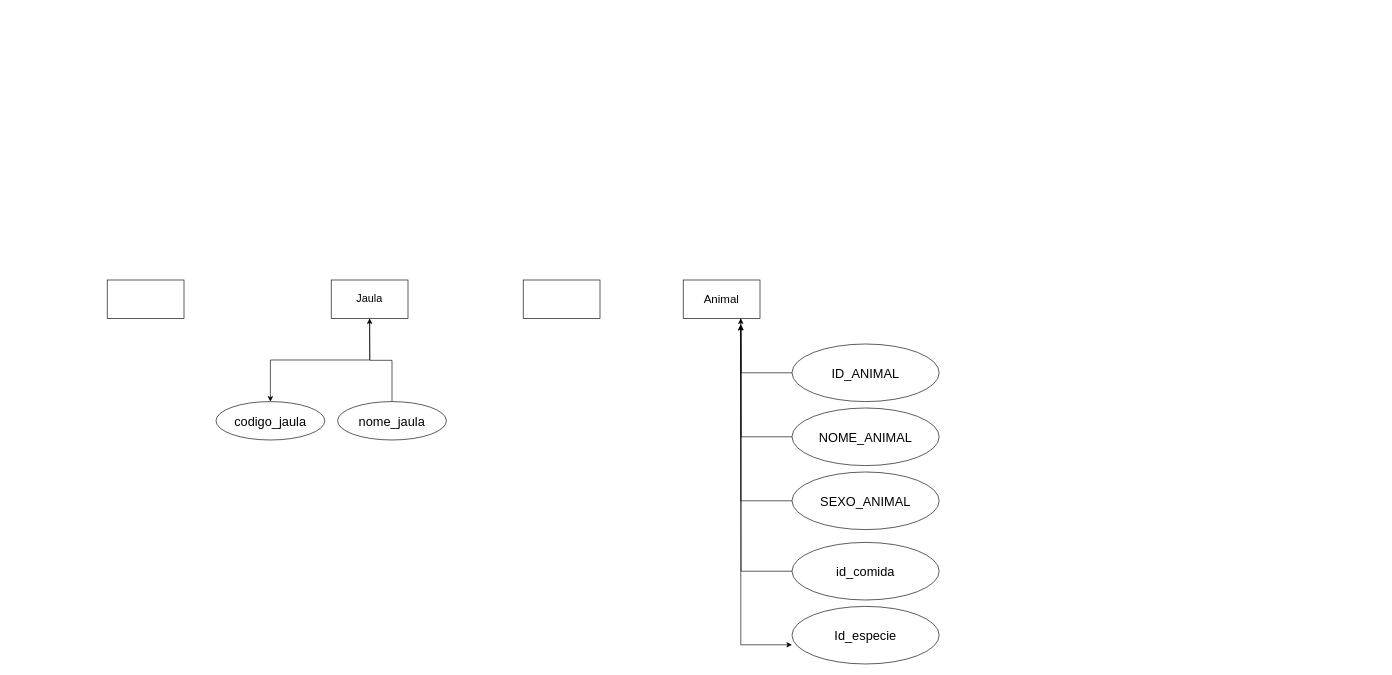
The draw.io diagram ENIAC-Portifolio.drawio in KaH3050/projeto-faculdade, before the edit. Source tidied: cells renumbered, new cells numbered last; positions are measured from the earlier drawing's top-left corner, leaving out a move shared by most shapes. Both pictures are drawn from the tidied source at 64%, with x=0, y=0 at pixel (107, 280).
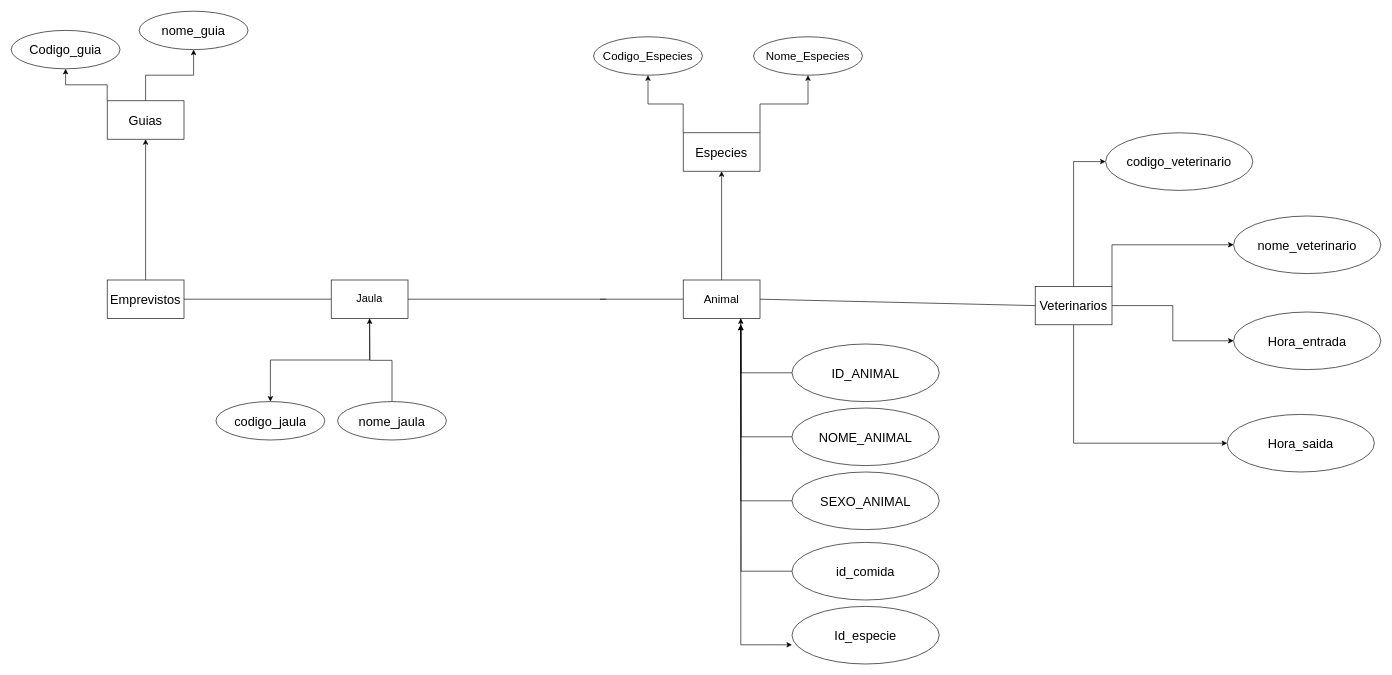
Above is the later version.

Unchanged cells that the change refers to:
```xml
<mxCell id="4" value="&lt;span style=&quot;font-size: 17px;&quot;&gt;Jaula&lt;/span&gt;" style="whiteSpace=wrap;html=1;" parent="1" vertex="1">
  <mxGeometry x="350" width="120" height="60" as="geometry" />
</mxCell>
<mxCell id="6" value="&lt;span style=&quot;font-size: 18px;&quot;&gt;Animal&lt;/span&gt;" style="whiteSpace=wrap;html=1;" parent="1" vertex="1">
  <mxGeometry x="900" width="120" height="60" as="geometry" />
</mxCell>
```

What changed in the source:
```diff
@@
+    <mxCell id="20" style="edgeStyle=orthogonalEdgeStyle;rounded=0;jettySize=auto;html=1;exitX=0.5;exitY=0;exitDx=0;exitDy=0;entryX=0.5;entryY=1;entryDx=0;entryDy=0;" parent="1" edge="1" source="2" target="27">
+      <mxGeometry relative="1" as="geometry" />
+    </mxCell>
-    <mxCell id="2" style="whiteSpace=wrap;html=1;" parent="1" vertex="1">
+    <mxCell id="2" value="&lt;font style=&quot;font-size: 20px;&quot;&gt;Emprevistos&lt;/font&gt;" style="whiteSpace=wrap;html=1;" parent="1" vertex="1">
       <mxGeometry width="120" height="60" as="geometry" />
     </mxCell>
@@
-    <mxCell id="5" style="whiteSpace=wrap;html=1;" parent="1" vertex="1">
-      <mxGeometry x="650" width="120" height="60" as="geometry" />
-    </mxCell>
+    <mxCell id="21" style="edgeStyle=orthogonalEdgeStyle;rounded=0;jettySize=auto;html=1;exitX=0.5;exitY=0;exitDx=0;exitDy=0;entryX=0.5;entryY=1;entryDx=0;entryDy=0;" parent="1" edge="1" source="6" target="32">
+      <mxGeometry relative="1" as="geometry" />
+    </mxCell>
@@
+    <mxCell id="22" style="endArrow=none;html=1;rounded=0;exitX=1;exitY=0.5;exitDx=0;exitDy=0;" parent="1" edge="1" source="4">
+      <mxGeometry relative="1" as="geometry">
+        <mxPoint x="780" y="30" as="targetPoint" />
+      </mxGeometry>
+    </mxCell>
+    <mxCell id="23" style="endArrow=none;html=1;rounded=0;exitX=1;exitY=0.5;exitDx=0;exitDy=0;entryX=0;entryY=0.5;entryDx=0;entryDy=0;" parent="1" edge="1" source="2" target="4">
+      <mxGeometry relative="1" as="geometry" />
+    </mxCell>
+    <mxCell id="24" style="endArrow=none;html=1;rounded=0;exitX=1;exitY=0.5;exitDx=0;exitDy=0;entryX=0;entryY=0.5;entryDx=0;entryDy=0;" parent="1" edge="1" target="6">
+      <mxGeometry relative="1" as="geometry">
+        <mxPoint x="770" y="30" as="sourcePoint" />
+      </mxGeometry>
+    </mxCell>
+    <mxCell id="25" style="edgeStyle=orthogonalEdgeStyle;rounded=0;jettySize=auto;html=1;exitX=0.5;exitY=0;exitDx=0;exitDy=0;" parent="1" edge="1" source="27" target="29">
+      <mxGeometry relative="1" as="geometry" />
+    </mxCell>
+    <mxCell id="26" style="edgeStyle=orthogonalEdgeStyle;rounded=0;jettySize=auto;html=1;exitX=0;exitY=0;exitDx=0;exitDy=0;entryX=0.5;entryY=1;entryDx=0;entryDy=0;" parent="1" edge="1" source="27" target="28">
+      <mxGeometry relative="1" as="geometry" />
+    </mxCell>
+    <mxCell id="27" value="&lt;font style=&quot;font-size: 20px;&quot;&gt;Guias&lt;/font&gt;" style="whiteSpace=wrap;html=1;" parent="1" vertex="1">
+      <mxGeometry y="-280" width="120" height="60" as="geometry" />
+    </mxCell>
+    <mxCell id="28" value="&lt;span style=&quot;font-size: 20px;&quot;&gt;Codigo_guia&lt;/span&gt;" style="ellipse;whiteSpace=wrap;html=1;" parent="1" vertex="1">
+      <mxGeometry x="-150" y="-390" width="170" height="60" as="geometry" />
+    </mxCell>
+    <mxCell id="29" value="&lt;font style=&quot;font-size: 20px;&quot;&gt;nome_guia&lt;/font&gt;" style="ellipse;whiteSpace=wrap;html=1;" parent="1" vertex="1">
+      <mxGeometry x="50" y="-420" width="170" height="60" as="geometry" />
+    </mxCell>
+    <mxCell id="30" style="edgeStyle=orthogonalEdgeStyle;rounded=0;jettySize=auto;html=1;exitX=1;exitY=0;exitDx=0;exitDy=0;" parent="1" edge="1" source="32" target="34">
+      <mxGeometry relative="1" as="geometry" />
+    </mxCell>
+    <mxCell id="31" style="edgeStyle=orthogonalEdgeStyle;rounded=0;jettySize=auto;html=1;exitX=0;exitY=0;exitDx=0;exitDy=0;entryX=0.5;entryY=1;entryDx=0;entryDy=0;" parent="1" edge="1" source="32" target="33">
+      <mxGeometry relative="1" as="geometry" />
+    </mxCell>
+    <mxCell id="32" value="&lt;font style=&quot;font-size: 20px;&quot;&gt;Especies&lt;/font&gt;" style="whiteSpace=wrap;html=1;" parent="1" vertex="1">
+      <mxGeometry x="900" y="-230" width="120" height="60" as="geometry" />
+    </mxCell>
+    <mxCell id="33" value="&lt;font style=&quot;font-size: 18px;&quot;&gt;Codigo_Especies&lt;/font&gt;" style="ellipse;whiteSpace=wrap;html=1;" parent="1" vertex="1">
+      <mxGeometry x="760" y="-380" width="170" height="60" as="geometry" />
+    </mxCell>
+    <mxCell id="34" value="&lt;font style=&quot;font-size: 18px;&quot;&gt;Nome_Especies&lt;/font&gt;" style="ellipse;whiteSpace=wrap;html=1;" parent="1" vertex="1">
+      <mxGeometry x="1010" y="-380" width="170" height="60" as="geometry" />
+    </mxCell>
+    <mxCell id="35" style="edgeStyle=orthogonalEdgeStyle;rounded=0;jettySize=auto;html=1;exitX=0.5;exitY=1;exitDx=0;exitDy=0;entryX=0;entryY=0.5;entryDx=0;entryDy=0;" parent="1" edge="1" source="39" target="44">
+      <mxGeometry relative="1" as="geometry" />
+    </mxCell>
+    <mxCell id="36" style="edgeStyle=orthogonalEdgeStyle;rounded=0;jettySize=auto;html=1;exitX=1;exitY=0.5;exitDx=0;exitDy=0;entryX=0;entryY=0.5;entryDx=0;entryDy=0;" parent="1" edge="1" source="39" target="43">
+      <mxGeometry relative="1" as="geometry" />
+    </mxCell>
+    <mxCell id="37" style="edgeStyle=orthogonalEdgeStyle;rounded=0;jettySize=auto;html=1;exitX=1;exitY=0;exitDx=0;exitDy=0;entryX=0;entryY=0.5;entryDx=0;entryDy=0;" parent="1" edge="1" source="39" target="42">
+      <mxGeometry relative="1" as="geometry" />
+    </mxCell>
+    <mxCell id="38" style="edgeStyle=orthogonalEdgeStyle;rounded=0;jettySize=auto;html=1;exitX=0.5;exitY=0;exitDx=0;exitDy=0;entryX=0;entryY=0.5;entryDx=0;entryDy=0;" parent="1" edge="1" source="39" target="41">
+      <mxGeometry relative="1" as="geometry" />
+    </mxCell>
+    <mxCell id="39" value="&lt;font style=&quot;font-size: 20px;&quot;&gt;Veterinarios&lt;/font&gt;" style="whiteSpace=wrap;html=1;" parent="1" vertex="1">
+      <mxGeometry x="1450" y="10" width="120" height="60" as="geometry" />
+    </mxCell>
+    <mxCell id="40" style="endArrow=none;html=1;rounded=0;exitX=1;exitY=0.5;exitDx=0;exitDy=0;entryX=0;entryY=0.5;entryDx=0;entryDy=0;" parent="1" edge="1" source="6" target="39">
+      <mxGeometry relative="1" as="geometry" />
+    </mxCell>
+    <mxCell id="41" value="&lt;font style=&quot;font-size: 20px;&quot;&gt;codigo_veterinario&lt;/font&gt;" style="ellipse;whiteSpace=wrap;html=1;" parent="1" vertex="1">
+      <mxGeometry x="1560" y="-230" width="230" height="90" as="geometry" />
+    </mxCell>
+    <mxCell id="42" value="&lt;span style=&quot;font-size: 20px;&quot;&gt;nome_veterinario&lt;/span&gt;" style="ellipse;whiteSpace=wrap;html=1;" parent="1" vertex="1">
+      <mxGeometry x="1760" y="-100" width="230" height="90" as="geometry" />
+    </mxCell>
+    <mxCell id="43" value="&lt;font style=&quot;font-size: 20px;&quot;&gt;Hora_entrada&lt;/font&gt;" style="ellipse;whiteSpace=wrap;html=1;" parent="1" vertex="1">
+      <mxGeometry x="1760" y="50" width="230" height="90" as="geometry" />
+    </mxCell>
+    <mxCell id="44" value="&lt;span style=&quot;font-size: 20px;&quot;&gt;Hora_saida&lt;/span&gt;" style="ellipse;whiteSpace=wrap;html=1;" parent="1" vertex="1">
+      <mxGeometry x="1750" y="210" width="230" height="90" as="geometry" />
+    </mxCell>
```
